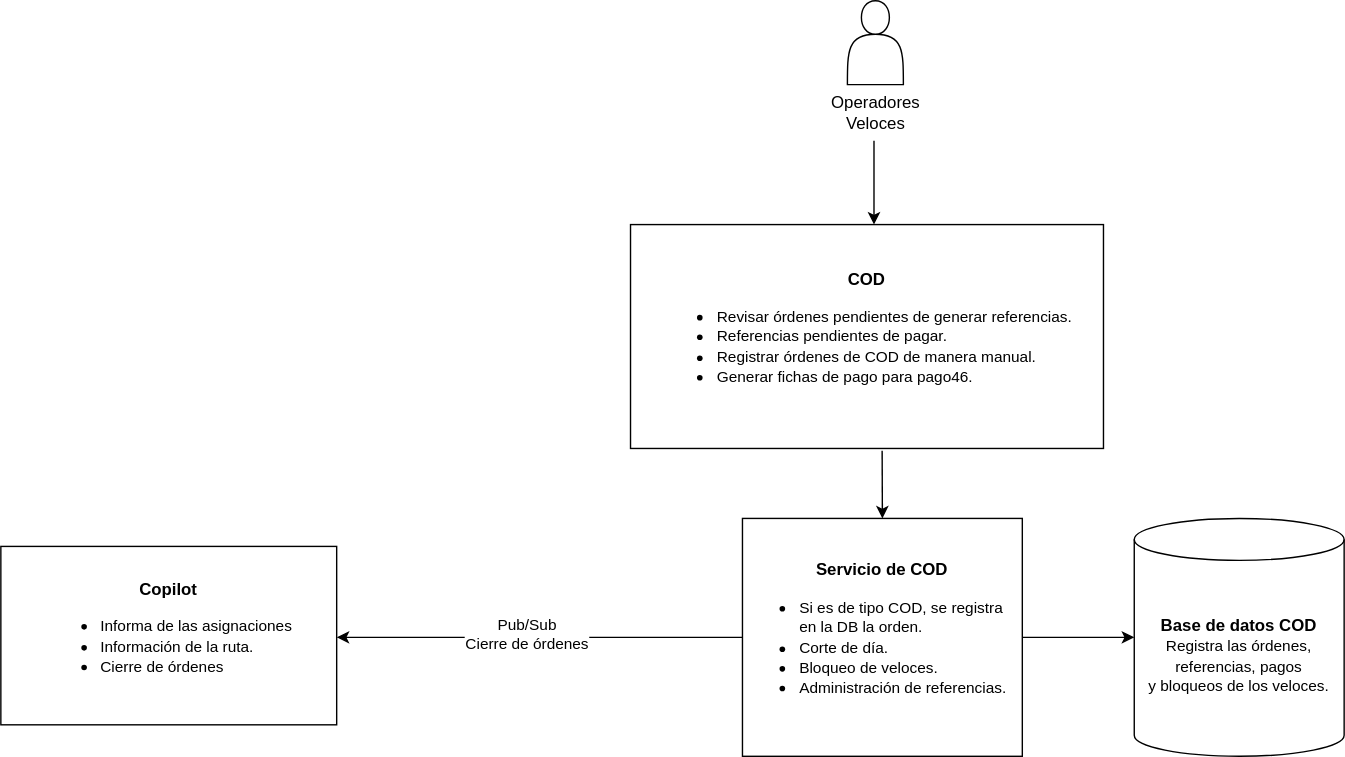
The draw.io diagram Diagrama C2 COD.svg in dani99m/Diagramas, before a commit. Source tidied: cells renumbered, new cells last; positions are measured from the earlier drawing's top-left corner, leaving out a move shared by most shapes.
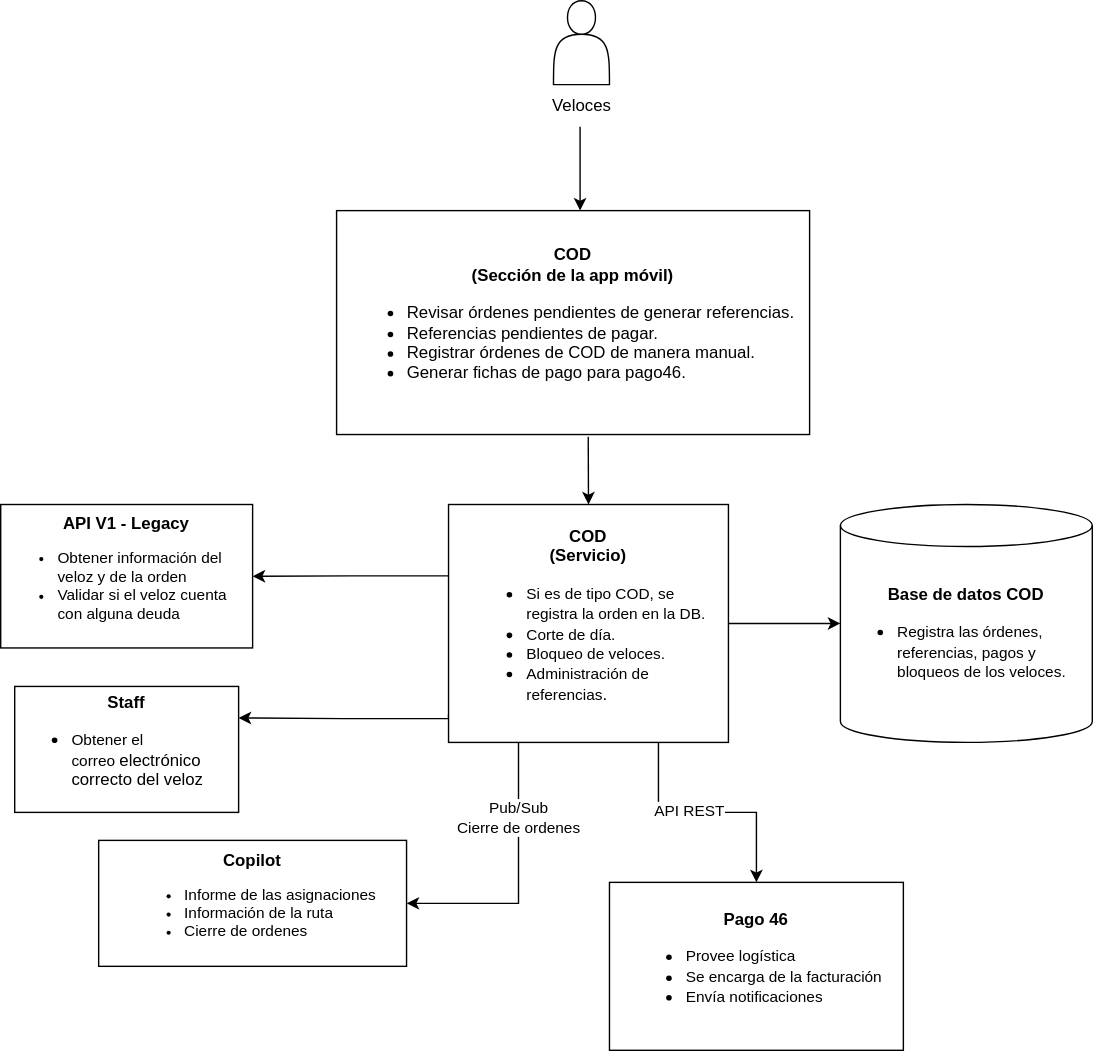
Above is the later version.

The edit, as a diff of the source:
```diff
@@ -3,10 +3,10 @@
     <mxCell id="0" />
     <mxCell id="1" parent="0" />
     <mxCell id="2" style="shape=actor;whiteSpace=wrap;html=1;" parent="1" vertex="1">
-      <mxGeometry x="605" width="40" height="60" as="geometry" />
+      <mxGeometry x="605" y="10" width="40" height="60" as="geometry" />
     </mxCell>
-    <mxCell id="3" value="Operadores&lt;br&gt;Veloces" style="text;html=1;align=center;verticalAlign=middle;strokeColor=none;fillColor=none;" parent="1" vertex="1">
-      <mxGeometry x="580" y="60" width="90" height="40" as="geometry" />
+    <mxCell id="3" value="Veloces" style="text;html=1;align=center;verticalAlign=middle;strokeColor=none;fillColor=none;" parent="1" vertex="1">
+      <mxGeometry x="590" y="70" width="70" height="30" as="geometry" />
     </mxCell>
     <mxCell id="4" style="endArrow=classic;html=1;rounded=0;" parent="1" edge="1">
       <mxGeometry relative="1" as="geometry">
@@ -17,7 +17,7 @@
         </Array>
       </mxGeometry>
     </mxCell>
-    <mxCell id="5" value="&lt;b style=&quot;background-color: initial;&quot;&gt;COD&lt;br&gt;&lt;/b&gt;&lt;ul&gt;&lt;li style=&quot;text-align: left;&quot;&gt;&lt;font style=&quot;font-size: 11px;&quot;&gt;Revisar órdenes pendientes de generar referencias.&lt;/font&gt;&lt;/li&gt;&lt;li style=&quot;text-align: left;&quot;&gt;&lt;font style=&quot;font-size: 11px;&quot;&gt;Referencias pendientes de pagar.&lt;/font&gt;&lt;/li&gt;&lt;li style=&quot;text-align: left;&quot;&gt;&lt;font style=&quot;font-size: 11px;&quot;&gt;Registrar órdenes de COD de manera manual.&lt;/font&gt;&lt;/li&gt;&lt;li style=&quot;text-align: left;&quot;&gt;&lt;font style=&quot;font-size: 11px;&quot;&gt;Generar fichas de pago para pago46.&lt;/font&gt;&lt;/li&gt;&lt;/ul&gt;" style="rounded=0;whiteSpace=wrap;html=1;" parent="1" vertex="1">
+    <mxCell id="5" value="&lt;span style=&quot;background-color: initial;&quot;&gt;&lt;b&gt;COD&lt;br&gt;(Sección de la app m&lt;/b&gt;&lt;span style=&quot;font-size: 12px;&quot;&gt;&lt;b&gt;óvil)&lt;/b&gt;&lt;/span&gt;&lt;br&gt;&lt;/span&gt;&lt;ul&gt;&lt;li style=&quot;text-align: left;&quot;&gt;Revisar órdenes pendientes de generar referencias.&lt;/li&gt;&lt;li style=&quot;text-align: left;&quot;&gt;Referencias pendientes de pagar.&lt;/li&gt;&lt;li style=&quot;text-align: left;&quot;&gt;Registrar órdenes de COD de manera manual.&lt;/li&gt;&lt;li style=&quot;text-align: left;&quot;&gt;Generar fichas de pago para pago46.&lt;/li&gt;&lt;/ul&gt;" style="rounded=0;whiteSpace=wrap;html=1;" parent="1" vertex="1">
       <mxGeometry x="450" y="160" width="338" height="160" as="geometry" />
     </mxCell>
     <mxCell id="6" style="endArrow=classic;html=1;rounded=0;entryX=0.5;entryY=0;entryDx=0;entryDy=0;exitX=0.532;exitY=1.01;exitDx=0;exitDy=0;exitPerimeter=0;" parent="1" edge="1" source="5" target="10">
@@ -26,22 +26,48 @@
     <mxCell id="7" style="edgeStyle=orthogonalEdgeStyle;rounded=0;jettySize=auto;html=1;" parent="1" edge="1" source="10" target="11">
       <mxGeometry relative="1" as="geometry" />
     </mxCell>
-    <mxCell id="8" style="edgeStyle=orthogonalEdgeStyle;rounded=0;jettySize=auto;html=1;exitX=0;exitY=0.5;exitDx=0;exitDy=0;" parent="1" edge="1" source="10">
-      <mxGeometry relative="1" as="geometry">
-        <mxPoint x="240" y="455" as="targetPoint" />
-      </mxGeometry>
-    </mxCell>
-    <mxCell id="9" value="Pub/Sub&lt;br&gt;Cierre de órdenes" style="edgeLabel;html=1;align=center;verticalAlign=middle;" parent="8" vertex="1">
-      <mxGeometry x="0.07" y="-3" relative="1" as="geometry" />
-    </mxCell>
+    <mxCell id="13" style="edgeStyle=orthogonalEdgeStyle;rounded=0;jettySize=auto;html=1;fontSize=11;exitX=-0.002;exitY=0.3;exitDx=0;exitDy=0;exitPerimeter=0;" parent="1" edge="1" source="10" target="19">
+      <mxGeometry relative="1" as="geometry" />
+    </mxCell>
+    <mxCell id="14" style="edgeStyle=orthogonalEdgeStyle;rounded=0;jettySize=auto;html=1;exitX=0;exitY=0.882;exitDx=0;exitDy=0;fontSize=11;exitPerimeter=0;entryX=1;entryY=0.25;entryDx=0;entryDy=0;" parent="1" edge="1" source="10" target="20">
+      <mxGeometry relative="1" as="geometry">
+        <Array as="points">
+          <mxPoint x="530" y="523" />
+          <mxPoint x="455" y="523" />
+        </Array>
+      </mxGeometry>
+    </mxCell>
+    <mxCell id="15" style="edgeStyle=orthogonalEdgeStyle;rounded=0;jettySize=auto;html=1;exitX=0.25;exitY=1;exitDx=0;exitDy=0;entryX=1;entryY=0.5;entryDx=0;entryDy=0;fontSize=11;" parent="1" edge="1" source="10" target="21">
+      <mxGeometry relative="1" as="geometry" />
+    </mxCell>
+    <mxCell id="16" value="Pub/Sub&lt;br&gt;Cierre de ordenes" style="edgeLabel;html=1;align=center;verticalAlign=middle;fontSize=11;" parent="15" vertex="1">
+      <mxGeometry x="-0.25" y="-1" relative="1" as="geometry">
+        <mxPoint y="-20" as="offset" />
+      </mxGeometry>
+    </mxCell>
+    <mxCell id="17" style="edgeStyle=orthogonalEdgeStyle;rounded=0;jettySize=auto;html=1;exitX=0.75;exitY=1;exitDx=0;exitDy=0;fontSize=12;" parent="1" edge="1" source="10" target="22">
+      <mxGeometry relative="1" as="geometry" />
+    </mxCell>
+    <mxCell id="18" value="API REST" style="edgeLabel;html=1;align=center;verticalAlign=middle;fontSize=11;" parent="17" vertex="1">
+      <mxGeometry x="-0.17" y="2" relative="1" as="geometry" />
+    </mxCell>
-    <mxCell id="10" value="&lt;b&gt;&lt;font style=&quot;&quot;&gt;&lt;font style=&quot;font-size: 12px;&quot;&gt;Servicio de COD&lt;/font&gt;&lt;br&gt;&lt;/font&gt;&lt;/b&gt;&lt;div style=&quot;text-align: left;&quot;&gt;&lt;ul&gt;&lt;li&gt;&lt;span style=&quot;background-color: initial;&quot;&gt;&lt;font style=&quot;font-size: 11px;&quot;&gt;Si es de tipo COD, se registra en la DB la orden.&lt;/font&gt;&lt;/span&gt;&lt;/li&gt;&lt;li&gt;&lt;span style=&quot;background-color: initial;&quot;&gt;&lt;font style=&quot;font-size: 11px;&quot;&gt;Corte de día.&lt;/font&gt;&lt;/span&gt;&lt;/li&gt;&lt;li&gt;&lt;span style=&quot;background-color: initial;&quot;&gt;&lt;font style=&quot;font-size: 11px;&quot;&gt;Bloqueo de veloces.&lt;/font&gt;&lt;/span&gt;&lt;/li&gt;&lt;li&gt;&lt;span style=&quot;background-color: initial;&quot;&gt;&lt;font style=&quot;font-size: 11px;&quot;&gt;Administración de referencias.&lt;/font&gt;&lt;/span&gt;&lt;/li&gt;&lt;/ul&gt;&lt;/div&gt;" style="rounded=0;whiteSpace=wrap;html=1;" parent="1" vertex="1">
+    <mxCell id="10" value="&lt;b&gt;COD&lt;br&gt;(&lt;/b&gt;&lt;b&gt;Servicio&lt;/b&gt;&lt;b&gt;)&lt;br&gt;&lt;/b&gt;&lt;div style=&quot;text-align: left;&quot;&gt;&lt;ul&gt;&lt;li&gt;&lt;span style=&quot;background-color: initial;&quot;&gt;&lt;font style=&quot;font-size: 11px;&quot;&gt;Si es de tipo COD, se &lt;br&gt;registra la orden&amp;nbsp;en la DB.&lt;/font&gt;&lt;/span&gt;&lt;/li&gt;&lt;li&gt;&lt;span style=&quot;background-color: initial;&quot;&gt;&lt;font style=&quot;font-size: 11px;&quot;&gt;Corte de día.&lt;/font&gt;&lt;/span&gt;&lt;/li&gt;&lt;li&gt;&lt;span style=&quot;background-color: initial;&quot;&gt;&lt;font style=&quot;font-size: 11px;&quot;&gt;Bloqueo de veloces.&lt;/font&gt;&lt;/span&gt;&lt;/li&gt;&lt;li&gt;&lt;span style=&quot;background-color: initial;&quot;&gt;&lt;font style=&quot;font-size: 11px;&quot;&gt;Administración de &lt;br&gt;referencias&lt;/font&gt;&lt;/span&gt;.&lt;/li&gt;&lt;/ul&gt;&lt;/div&gt;" style="rounded=0;whiteSpace=wrap;html=1;" parent="1" vertex="1">
       <mxGeometry x="530" y="370" width="200" height="170" as="geometry" />
     </mxCell>
-    <mxCell id="11" value="&lt;b&gt;Base de datos COD&lt;/b&gt;&lt;br&gt;&lt;font style=&quot;font-size: 11px;&quot;&gt;Registra las órdenes, referencias, pagos &lt;br&gt;y bloqueos de los veloces.&lt;/font&gt;" style="shape=cylinder3;whiteSpace=wrap;html=1;boundedLbl=1;backgroundOutline=1;size=15;" parent="1" vertex="1">
-      <mxGeometry x="810" y="370" width="150" height="170" as="geometry" />
+    <mxCell id="11" value="&lt;b&gt;Base de datos COD&lt;/b&gt;&lt;br&gt;&lt;ul&gt;&lt;li style=&quot;text-align: left;&quot;&gt;&lt;font style=&quot;font-size: 11px;&quot;&gt;Registra las órdenes, referencias, pagos&lt;/font&gt;&lt;font style=&quot;font-size: 11px;&quot;&gt;&lt;font style=&quot;&quot;&gt;&amp;nbsp;&lt;/font&gt;y bloqueos de los veloces.&lt;/font&gt;&lt;/li&gt;&lt;/ul&gt;" style="shape=cylinder3;whiteSpace=wrap;html=1;boundedLbl=1;backgroundOutline=1;size=15;" parent="1" vertex="1">
+      <mxGeometry x="810" y="370" width="180" height="170" as="geometry" />
     </mxCell>
-    <mxCell id="12" value="&lt;b style=&quot;background-color: initial;&quot;&gt;Copilot&lt;br&gt;&lt;/b&gt;&lt;ul&gt;&lt;li style=&quot;text-align: left;&quot;&gt;&lt;font style=&quot;font-size: 11px;&quot;&gt;Informa de las asignaciones&lt;/font&gt;&lt;/li&gt;&lt;li style=&quot;text-align: left;&quot;&gt;&lt;font style=&quot;font-size: 11px;&quot;&gt;Información de la ruta.&lt;/font&gt;&lt;/li&gt;&lt;li style=&quot;text-align: left;&quot;&gt;&lt;span style=&quot;font-size: 11px;&quot;&gt;Cierre de órdenes&lt;/span&gt;&lt;/li&gt;&lt;/ul&gt;" style="rounded=0;whiteSpace=wrap;html=1;" parent="1" vertex="1">
-      <mxGeometry y="390" width="240" height="127.5" as="geometry" />
-    </mxCell>
+    <mxCell id="19" value="&lt;font style=&quot;font-weight: bold; font-size: 12px;&quot;&gt;API V1 - Legacy&lt;/font&gt;&lt;br&gt;&lt;div style=&quot;text-align: left;&quot;&gt;&lt;ul style=&quot;&quot;&gt;&lt;li style=&quot;&quot;&gt;&lt;span style=&quot;background-color: initial;&quot;&gt;Obtener información&amp;nbsp;&lt;/span&gt;del veloz y de la orden&lt;/li&gt;&lt;li style=&quot;&quot;&gt;Validar si el veloz cuenta con alguna deuda&lt;/li&gt;&lt;/ul&gt;&lt;/div&gt;" style="rounded=0;whiteSpace=wrap;html=1;fontSize=11;" parent="1" vertex="1">
+      <mxGeometry x="210" y="370" width="180" height="102.5" as="geometry" />
+    </mxCell>
+    <mxCell id="20" value="&lt;b&gt;Staff&lt;/b&gt;&lt;br&gt;&lt;div style=&quot;text-align: left;&quot;&gt;&lt;ul&gt;&lt;li&gt;&lt;span style=&quot;background-color: initial;&quot;&gt;&lt;font style=&quot;font-size: 11px;&quot;&gt;Obtener el correo&amp;nbsp;&lt;/font&gt;&lt;/span&gt;electrónico correcto del veloz&lt;/li&gt;&lt;/ul&gt;&lt;/div&gt;" style="rounded=0;whiteSpace=wrap;html=1;fontSize=12;" parent="1" vertex="1">
+      <mxGeometry x="220" y="500" width="160" height="90" as="geometry" />
+    </mxCell>
+    <mxCell id="21" value="&lt;font style=&quot;font-size: 12px;&quot;&gt;&lt;b&gt;Copilot&lt;/b&gt;&lt;/font&gt;&lt;br&gt;&lt;ul&gt;&lt;li style=&quot;text-align: left;&quot;&gt;Informe de las asignaciones&lt;/li&gt;&lt;li style=&quot;text-align: left;&quot;&gt;Información de la ruta&lt;/li&gt;&lt;li style=&quot;text-align: left;&quot;&gt;Cierre de ordenes&lt;/li&gt;&lt;/ul&gt;" style="rounded=0;whiteSpace=wrap;html=1;fontSize=11;" parent="1" vertex="1">
+      <mxGeometry x="280" y="610" width="220" height="90" as="geometry" />
+    </mxCell>
+    <mxCell id="22" value="&lt;b&gt;Pago 46&lt;br&gt;&lt;/b&gt;&lt;ul&gt;&lt;li style=&quot;text-align: left;&quot;&gt;&lt;font style=&quot;font-size: 11px;&quot;&gt;Provee logística&lt;/font&gt;&lt;/li&gt;&lt;li style=&quot;text-align: left;&quot;&gt;&lt;font style=&quot;font-size: 11px;&quot;&gt;Se encarga de la facturación&lt;/font&gt;&lt;/li&gt;&lt;li style=&quot;text-align: left;&quot;&gt;&lt;font style=&quot;font-size: 11px;&quot;&gt;Envía notificaciones&lt;/font&gt;&lt;/li&gt;&lt;/ul&gt;" style="rounded=0;whiteSpace=wrap;html=1;fontSize=12;" parent="1" vertex="1">
+      <mxGeometry x="645" y="640" width="210" height="120" as="geometry" />
+    </mxCell>
   </root>
 </mxGraphModel>
```
